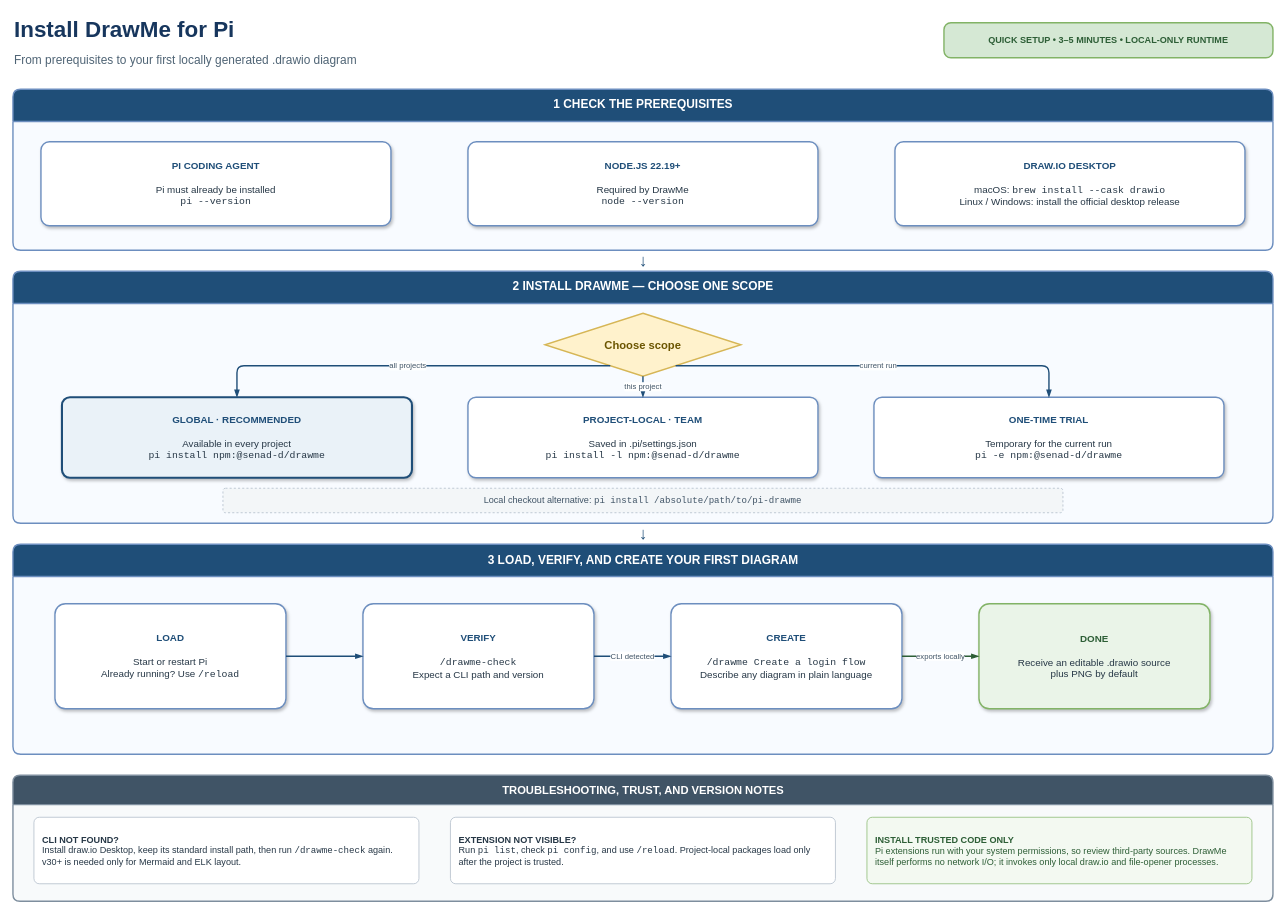
Above: example/drawme-installation-guide.drawio in senad-d/DrawMe (draw.io), before the change. Source tidied: cells renumbered, new cells numbered last; positions are measured from the earlier drawing's top-left corner, leaving out a move shared by most shapes. Both pictures are drawn from the tidied source at 70%, with x=0, y=0 at pixel (13, 12).
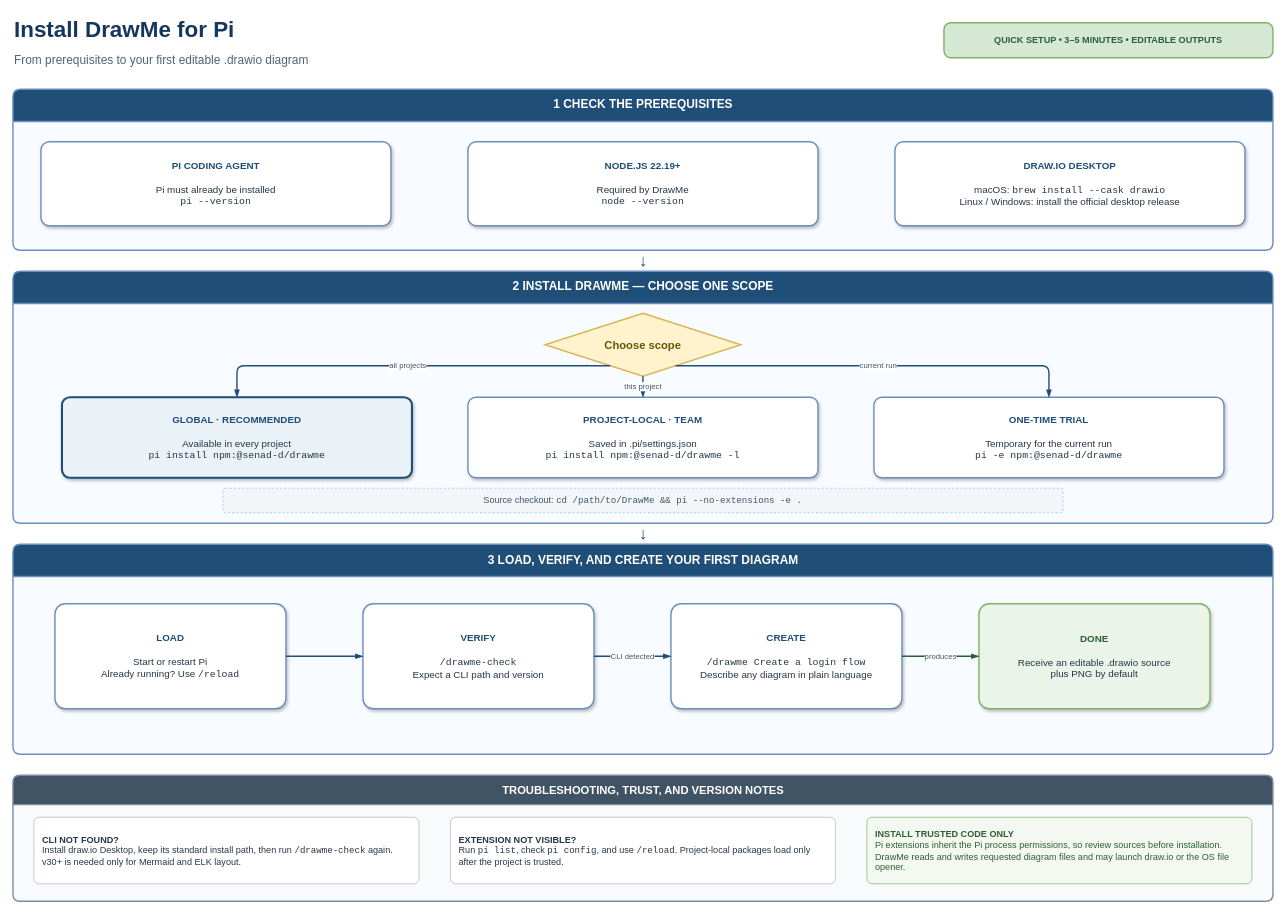
Above is the later version.

Unchanged cells that the change refers to:
```xml
<mxCell id="10" value="2  INSTALL DRAWME — CHOOSE ONE SCOPE" style="swimlane;horizontal=1;startSize=46;rounded=1;arcSize=8;html=1;fontSize=17;fontStyle=1;fontColor=#FFFFFF;fillColor=#1F4E78;swimlaneFillColor=#F8FBFF;strokeColor=#6C8EBF;strokeWidth=2;" parent="1" vertex="1">
  <mxGeometry y="370" width="1800" height="360" as="geometry" />
</mxCell>
<mxCell id="20" value="&lt;b&gt;&lt;font color=&quot;#1F4E78&quot;&gt;CREATE&lt;/font&gt;&lt;/b&gt;&lt;br&gt;&lt;br&gt;&lt;font face=&quot;Courier New&quot;&gt;/drawme Create a login flow&lt;/font&gt;&lt;br&gt;Describe any diagram in plain language" style="rounded=1;arcSize=10;whiteSpace=wrap;html=1;align=center;verticalAlign=middle;spacing=12;fontSize=14;fontColor=#263746;fillColor=#FFFFFF;strokeColor=#6C8EBF;strokeWidth=2;shadow=1;" parent="17" vertex="1">
  <mxGeometry x="940" y="85" width="330" height="150" as="geometry" />
</mxCell>
<mxCell id="21" value="&lt;b&gt;&lt;font color=&quot;#2D5E36&quot;&gt;DONE&lt;/font&gt;&lt;/b&gt;&lt;br&gt;&lt;br&gt;Receive an editable .drawio source&lt;br&gt;plus PNG by default" style="rounded=1;arcSize=10;whiteSpace=wrap;html=1;align=center;verticalAlign=middle;spacing=12;fontSize=14;fontColor=#263746;fillColor=#EAF4E8;strokeColor=#82B366;strokeWidth=2;shadow=1;" parent="17" vertex="1">
  <mxGeometry x="1380" y="85" width="330" height="150" as="geometry" />
</mxCell>
<mxCell id="22" value="TROUBLESHOOTING, TRUST, AND VERSION NOTES" style="swimlane;horizontal=1;startSize=42;rounded=1;arcSize=8;html=1;fontSize=16;fontStyle=1;fontColor=#FFFFFF;fillColor=#405466;swimlaneFillColor=#F8FAFB;strokeColor=#7E8E9E;strokeWidth=2;" parent="1" vertex="1">
  <mxGeometry y="1090" width="1800" height="180" as="geometry" />
</mxCell>
```

Change to the diagram source:
```diff
@@
-    <mxCell id="3" value="From prerequisites to your first locally generated .drawio diagram" style="text;html=1;align=left;verticalAlign=middle;fontSize=17;fontColor=#4F6475;" parent="1" vertex="1">
+    <mxCell id="3" value="From prerequisites to your first editable .drawio diagram" style="text;html=1;align=left;verticalAlign=middle;fontSize=17;fontColor=#4F6475;" parent="1" vertex="1">
       <mxGeometry y="50" width="1100" height="40" as="geometry" />
     </mxCell>
-    <mxCell id="4" value="QUICK SETUP  •  3–5 MINUTES  •  LOCAL-ONLY RUNTIME" style="rounded=1;arcSize=20;whiteSpace=wrap;html=1;align=center;verticalAlign=middle;fontSize=13;fontStyle=1;fontColor=#2D5E36;fillColor=#D5E8D4;strokeColor=#82B366;strokeWidth=2;" parent="1" vertex="1">
+    <mxCell id="4" value="QUICK SETUP  •  3–5 MINUTES  •  EDITABLE OUTPUTS" style="rounded=1;arcSize=20;whiteSpace=wrap;html=1;align=center;verticalAlign=middle;fontSize=13;fontStyle=1;fontColor=#2D5E36;fillColor=#D5E8D4;strokeColor=#82B366;strokeWidth=2;" parent="1" vertex="1">
       <mxGeometry x="1330" y="15" width="470" height="50" as="geometry" />
     </mxCell>
@@
-    <mxCell id="13" value="&lt;b&gt;&lt;font color=&quot;#1F4E78&quot;&gt;PROJECT-LOCAL · TEAM&lt;/font&gt;&lt;/b&gt;&lt;br&gt;&lt;br&gt;Saved in .pi/settings.json&lt;br&gt;&lt;font face=&quot;Courier New&quot;&gt;pi install -l npm:@senad-d/drawme&lt;/font&gt;" style="rounded=1;arcSize=10;whiteSpace=wrap;html=1;align=center;verticalAlign=middle;spacing=12;fontSize=14;fontColor=#263746;fillColor=#FFFFFF;strokeColor=#6C8EBF;strokeWidth=2;shadow=1;" parent="10" vertex="1">
+    <mxCell id="13" value="&lt;b&gt;&lt;font color=&quot;#1F4E78&quot;&gt;PROJECT-LOCAL · TEAM&lt;/font&gt;&lt;/b&gt;&lt;br&gt;&lt;br&gt;Saved in .pi/settings.json&lt;br&gt;&lt;font face=&quot;Courier New&quot;&gt;pi install npm:@senad-d/drawme -l&lt;/font&gt;" style="rounded=1;arcSize=10;whiteSpace=wrap;html=1;align=center;verticalAlign=middle;spacing=12;fontSize=14;fontColor=#263746;fillColor=#FFFFFF;strokeColor=#6C8EBF;strokeWidth=2;shadow=1;" parent="10" vertex="1">
       <mxGeometry x="650" y="180" width="500" height="115" as="geometry" />
     </mxCell>
@@
-    <mxCell id="15" value="Local checkout alternative:  &lt;font face=&quot;Courier New&quot;&gt;pi install /absolute/path/to/pi-drawme&lt;/font&gt;" style="rounded=1;arcSize=10;whiteSpace=wrap;html=1;align=center;verticalAlign=middle;fontSize=13;fontColor=#405466;fillColor=#F3F6F8;strokeColor=#AAB7C4;dashed=1;" parent="10" vertex="1">
+    <mxCell id="15" value="Source checkout:  &lt;font face=&quot;Courier New&quot;&gt;cd /path/to/DrawMe &amp;&amp; pi --no-extensions -e .&lt;/font&gt;" style="rounded=1;arcSize=10;whiteSpace=wrap;html=1;align=center;verticalAlign=middle;fontSize=13;fontColor=#405466;fillColor=#F3F6F8;strokeColor=#AAB7C4;dashed=1;" parent="10" vertex="1">
       <mxGeometry x="300" y="310" width="1200" height="35" as="geometry" />
     </mxCell>
@@
-    <mxCell id="25" value="&lt;b&gt;INSTALL TRUSTED CODE ONLY&lt;/b&gt;&lt;br&gt;Pi extensions run with your system permissions, so review third-party sources. DrawMe itself performs no network I/O; it invokes only local draw.io and file-opener processes." style="rounded=1;arcSize=8;whiteSpace=wrap;html=1;align=left;verticalAlign=middle;spacing=12;fontSize=13;fontColor=#2D5E36;fillColor=#F3F9F1;strokeColor=#82B366;" parent="22" vertex="1">
+    <mxCell id="25" value="&lt;b&gt;INSTALL TRUSTED CODE ONLY&lt;/b&gt;&lt;br&gt;Pi extensions inherit the Pi process permissions, so review sources before installation. DrawMe reads and writes requested diagram files and may launch draw.io or the OS file opener." style="rounded=1;arcSize=8;whiteSpace=wrap;html=1;align=left;verticalAlign=middle;spacing=12;fontSize=13;fontColor=#2D5E36;fillColor=#F3F9F1;strokeColor=#82B366;" parent="22" vertex="1">
       <mxGeometry x="1220" y="60" width="550" height="95" as="geometry" />
     </mxCell>
@@
-    <mxCell id="31" value="exports locally" style="edgeStyle=orthogonalEdgeStyle;rounded=1;jettySize=auto;html=1;endArrow=blockThin;endFill=1;strokeColor=#2D5E36;strokeWidth=2;fontSize=11;fontColor=#405466;labelBackgroundColor=#FFFFFF;exitX=1;exitY=0.5;entryX=0;entryY=0.5;" parent="1" edge="1" source="20" target="21">
+    <mxCell id="31" value="produces" style="edgeStyle=orthogonalEdgeStyle;rounded=1;jettySize=auto;html=1;endArrow=blockThin;endFill=1;strokeColor=#2D5E36;strokeWidth=2;fontSize=11;fontColor=#405466;labelBackgroundColor=#FFFFFF;exitX=1;exitY=0.5;entryX=0;entryY=0.5;" parent="1" edge="1" source="20" target="21">
       <mxGeometry relative="1" as="geometry" />
     </mxCell>
```
